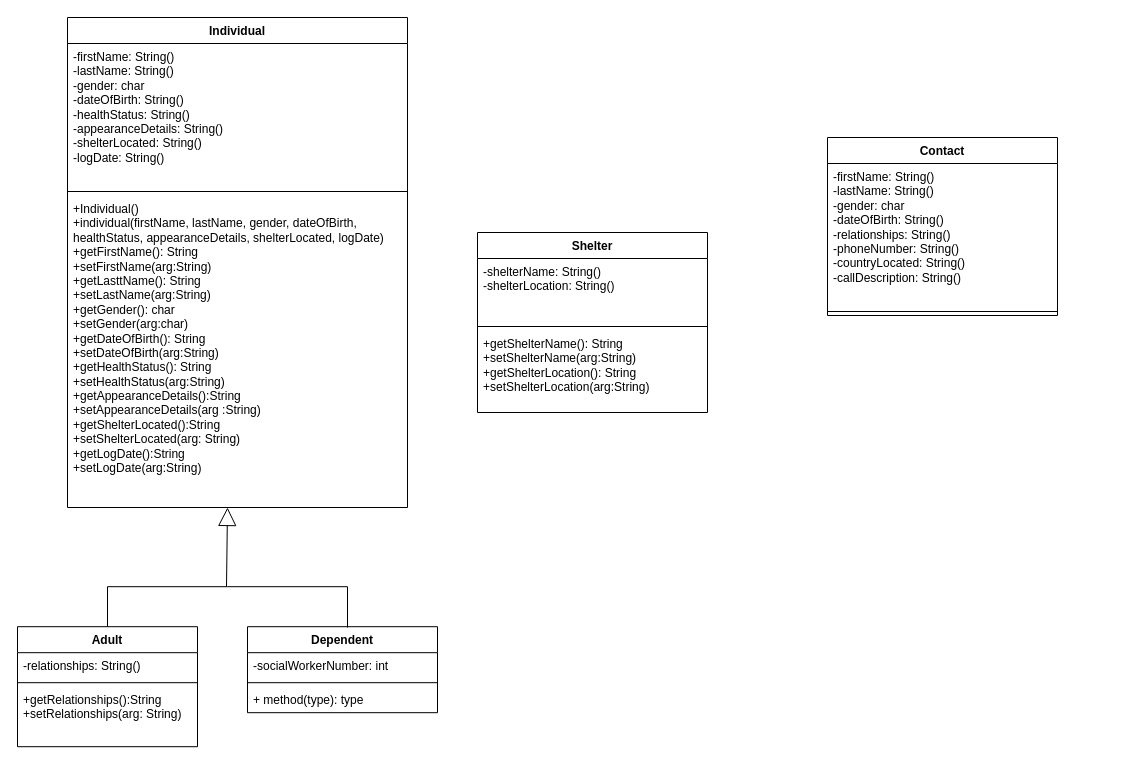
The draw.io diagram disaster_recover_UML_25.drawio in ENSF-380-Group-25/Project-1, before the edit. Source tidied: cells renumbered, new cells numbered last; positions are measured from the earlier drawing's top-left corner, leaving out a move shared by most shapes. Both pictures are drawn from the tidied source at 100%, with x=0, y=0 at pixel (17, 17).
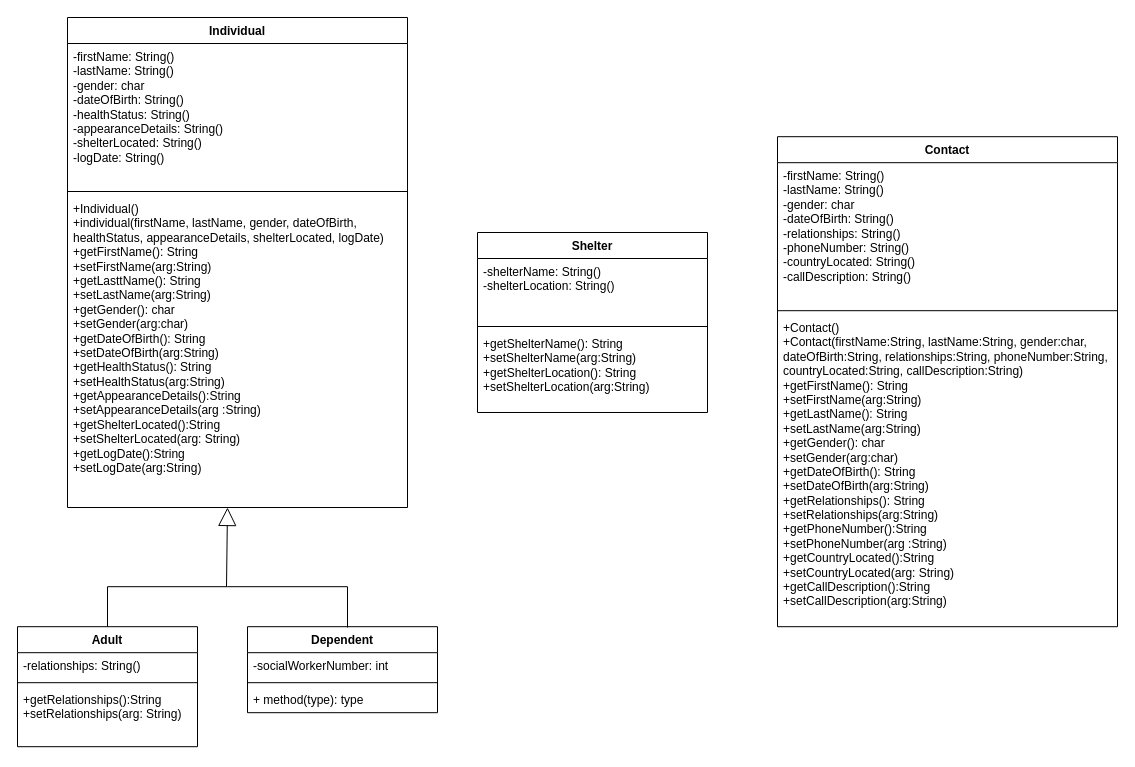
Above is the later version.

Commit message:
Update contact class in disaster_recover_UML_25.drawio

Change to the diagram source:
```diff
@@
-    <mxCell id="19" value="Contact" style="swimlane;fontStyle=1;align=center;verticalAlign=top;horizontal=1;startSize=26;whiteSpace=wrap;html=1;" parent="1" vertex="1">
-      <mxGeometry x="810" y="120" width="230" height="178" as="geometry" />
-    </mxCell>
-    <mxCell id="20" value="-firstName: String()&lt;div&gt;-lastName: String()&lt;/div&gt;&lt;div&gt;-gender: char&lt;/div&gt;&lt;div&gt;-dateOfBirth: String()&lt;/div&gt;&lt;div&gt;-relationships: String()&lt;/div&gt;&lt;div&gt;-phoneNumber: String()&lt;/div&gt;&lt;div&gt;-countryLocated: String()&lt;/div&gt;&lt;div&gt;-callDescription: String()&lt;/div&gt;" style="text;strokeColor=none;fillColor=none;align=left;verticalAlign=top;spacingLeft=4;spacingRight=4;overflow=hidden;whiteSpace=wrap;html=1;" parent="19" vertex="1">
-      <mxGeometry y="26" width="230" height="144" as="geometry" />
-    </mxCell>
-    <mxCell id="21" style="line;strokeWidth=1;fillColor=none;align=left;verticalAlign=middle;spacingTop=-1;spacingLeft=3;spacingRight=3;labelPosition=right;strokeColor=inherit;" parent="19" vertex="1">
-      <mxGeometry y="170" width="230" height="8" as="geometry" />
-    </mxCell>
@@
+    <mxCell id="19" value="Contact" style="swimlane;fontStyle=1;align=center;verticalAlign=top;horizontal=1;startSize=26;whiteSpace=wrap;html=1;" parent="1" vertex="1">
+      <mxGeometry x="760" y="119.2" width="340" height="490" as="geometry" />
+    </mxCell>
+    <mxCell id="20" value="&lt;div&gt;-firstName: String()&lt;div&gt;-lastName: String()&lt;/div&gt;&lt;div&gt;-gender: char&lt;/div&gt;&lt;div&gt;-dateOfBirth: String()&lt;/div&gt;&lt;div&gt;-relationships: String()&lt;/div&gt;&lt;div&gt;-phoneNumber: String()&lt;/div&gt;&lt;div&gt;-countryLocated: String()&lt;/div&gt;&lt;div&gt;-callDescription: String()&lt;/div&gt;&lt;/div&gt;" style="text;strokeColor=none;fillColor=none;align=left;verticalAlign=top;spacingLeft=4;spacingRight=4;overflow=hidden;whiteSpace=wrap;html=1;" parent="19" vertex="1">
+      <mxGeometry y="26" width="340" height="144" as="geometry" />
+    </mxCell>
+    <mxCell id="26" style="line;strokeWidth=1;fillColor=none;align=left;verticalAlign=middle;spacingTop=-1;spacingLeft=3;spacingRight=3;labelPosition=right;strokeColor=inherit;" parent="19" vertex="1">
+      <mxGeometry y="170" width="340" height="8" as="geometry" />
+    </mxCell>
+    <mxCell id="27" value="&lt;div&gt;+Contact()&lt;/div&gt;&lt;div&gt;+Contact(firstName:String, lastName:String, gender:char, dateOfBirth:String, relationships:String, phoneNumber:String, countryLocated:String, callDescription:String)&lt;/div&gt;+getFirstName(): String&lt;div&gt;+setFirstName(arg:String)&lt;/div&gt;&lt;div&gt;+getLastName(): String&lt;div&gt;+setLastName(arg:String)&lt;/div&gt;&lt;div&gt;+getGender(): char&lt;div&gt;+setGender(arg:char)&lt;/div&gt;&lt;div&gt;+getDateOfBirth(): String&lt;div&gt;+setDateOfBirth(arg:String)&lt;/div&gt;&lt;div&gt;+getRelationships(): String&lt;div&gt;+setRelationships(arg:String)&lt;/div&gt;&lt;div&gt;+getPhoneNumber():String&lt;/div&gt;&lt;div&gt;+setPhoneNumber(arg&amp;nbsp;&lt;span style=&quot;background-color: transparent; color: light-dark(rgb(0, 0, 0), rgb(255, 255, 255));&quot;&gt;:String&lt;/span&gt;&lt;span style=&quot;background-color: transparent; color: light-dark(rgb(0, 0, 0), rgb(255, 255, 255));&quot;&gt;)&lt;/span&gt;&lt;/div&gt;&lt;div&gt;+getCountryLocated():String&lt;/div&gt;&lt;div&gt;+setCountryLocated(arg: String)&lt;/div&gt;&lt;div&gt;+getCallDescription():String&lt;/div&gt;&lt;div&gt;+setCallDescription(arg:String)&lt;/div&gt;&lt;/div&gt;&lt;/div&gt;&lt;/div&gt;&lt;/div&gt;" style="text;strokeColor=none;fillColor=none;align=left;verticalAlign=top;spacingLeft=4;spacingRight=4;overflow=hidden;whiteSpace=wrap;html=1;" parent="19" vertex="1">
+      <mxGeometry y="178" width="340" height="312" as="geometry" />
+    </mxCell>
```
